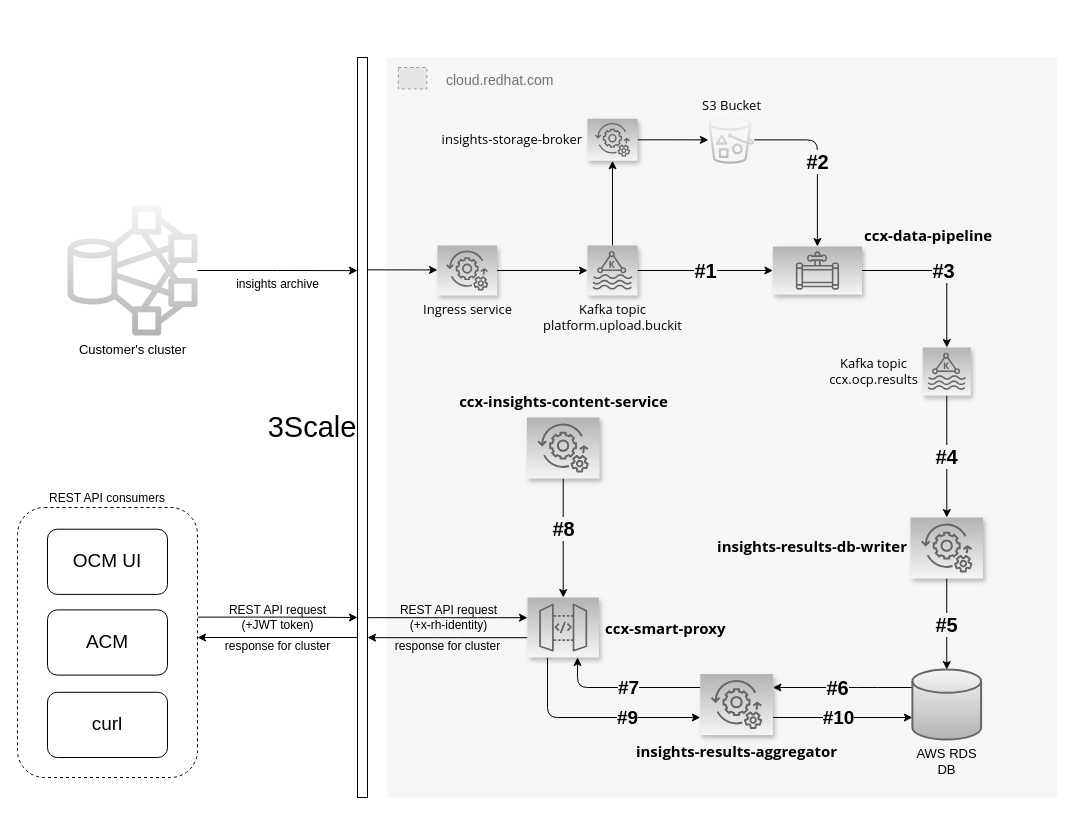
This is docs/customer-facing-services-architecture-grayscale.drawio from RedHatInsights/insights-results-smart-proxy, a draw.io file, before an edit. Source tidied: cells renumbered, new cells numbered last; positions are measured from the earlier drawing's top-left corner, leaving out a move shared by most shapes. Both pictures are drawn from the tidied source at 100%, with x=0, y=0 at pixel (17, 17). Pictures stored in the file or linked from it are replaced by grey dashed boxes.
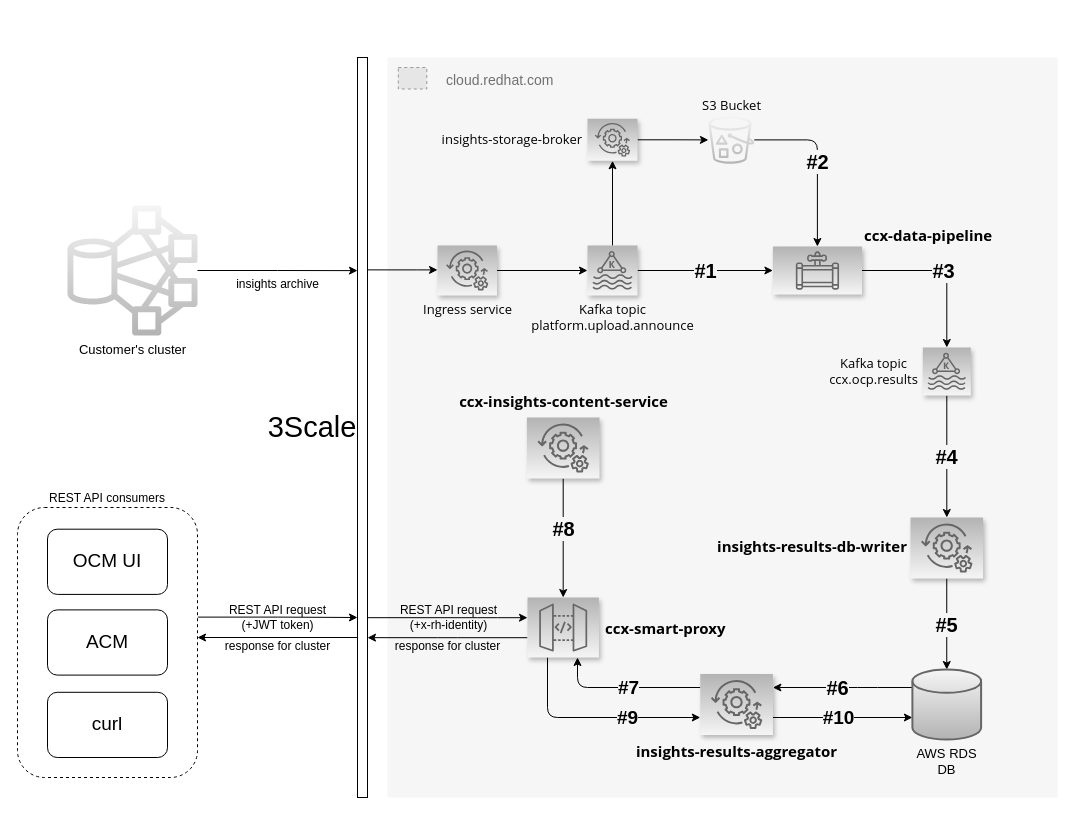
Above is the later version.

Diff of the diagram source:
```diff
@@
-    <mxCell id="9" value="&lt;div style=&quot;font-size: 13px;&quot;&gt;Kafka topic&lt;/div&gt;&lt;div style=&quot;font-size: 13px;&quot;&gt;platform.upload.buckit&lt;/div&gt;" style="outlineConnect=0;gradientColor=#b3b3b3;gradientDirection=north;fillColor=#f5f5f5;strokeColor=#666666;dashed=0;verticalLabelPosition=bottom;verticalAlign=top;align=center;html=1;fontSize=13;fontStyle=0;shape=mxgraph.aws4.resourceIcon;resIcon=mxgraph.aws4.managed_streaming_for_kafka;labelPosition=center;shadow=1;fontFamily=Open Sans;" parent="1" vertex="1">
+    <mxCell id="9" value="&lt;div style=&quot;font-size: 13px;&quot;&gt;Kafka topic&lt;/div&gt;&lt;div style=&quot;font-size: 13px;&quot;&gt;platform.upload.announce&lt;/div&gt;" style="outlineConnect=0;gradientColor=#b3b3b3;gradientDirection=north;fillColor=#f5f5f5;strokeColor=#666666;dashed=0;verticalLabelPosition=bottom;verticalAlign=top;align=center;html=1;fontSize=13;fontStyle=0;shape=mxgraph.aws4.resourceIcon;resIcon=mxgraph.aws4.managed_streaming_for_kafka;labelPosition=center;shadow=1;fontFamily=Open Sans;" parent="1" vertex="1">
       <mxGeometry x="570" y="228" width="50" height="50" as="geometry" />
     </mxCell>
```
